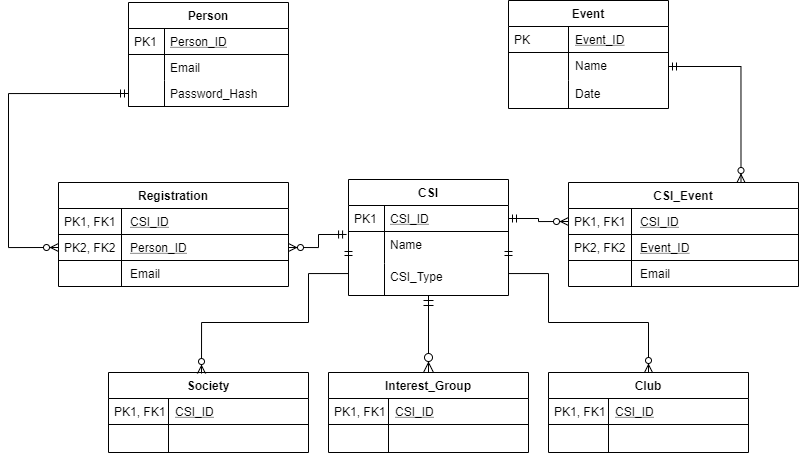
Above: Untitled Diagram.png in Makizoro/Overclock (draw.io), before the change. Source tidied: cells renumbered, new cells last; positions are measured from the earlier drawing's top-left corner, leaving out a move shared by most shapes.
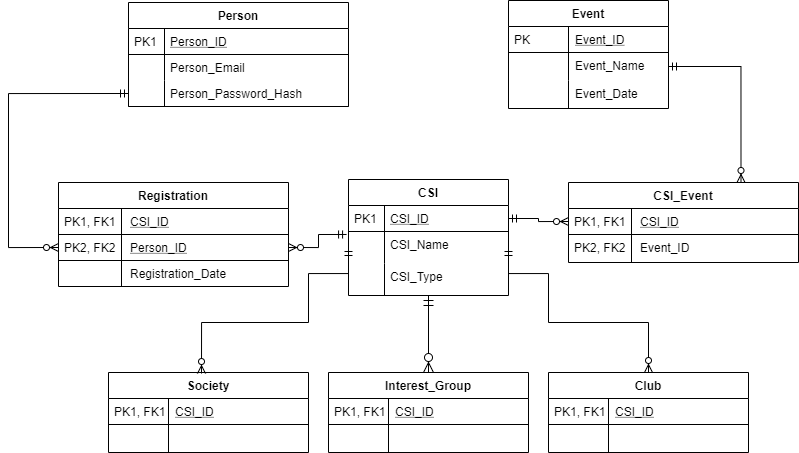
The same diagram one commit later.

Commit message:
possible_ERD_fix ver4.png

What changed in the source:
```diff
@@ -3,22 +3,22 @@
     <mxCell id="0" />
     <mxCell id="1" parent="0" />
     <mxCell id="2" value="Person" style="swimlane;fontStyle=1;horizontal=1;startSize=26;rounded=0;shadow=0;strokeWidth=1;" parent="1" vertex="1">
-      <mxGeometry x="120" y="2" width="160" height="104" as="geometry" />
+      <mxGeometry x="120" y="2" width="220" height="104" as="geometry" />
     </mxCell>
     <mxCell id="3" value="Person_ID" style="shape=partialRectangle;top=0;left=0;right=0;bottom=1;align=left;verticalAlign=top;fillColor=none;spacingLeft=40;spacingRight=4;overflow=hidden;rounded=0;shadow=0;strokeWidth=1;fontStyle=4;" parent="2" vertex="1">
-      <mxGeometry y="26" width="160" height="26" as="geometry" />
+      <mxGeometry y="26" width="220" height="26" as="geometry" />
     </mxCell>
     <mxCell id="4" value="PK1" style="shape=partialRectangle;top=0;left=0;bottom=0;fillColor=none;align=left;verticalAlign=top;spacingLeft=4;spacingRight=4;overflow=hidden;" parent="3" vertex="1">
       <mxGeometry width="36" height="26" as="geometry" />
     </mxCell>
-    <mxCell id="5" value="Email" style="shape=partialRectangle;top=0;left=0;right=0;bottom=0;align=left;verticalAlign=top;fillColor=none;spacingLeft=40;spacingRight=4;overflow=hidden;rounded=0;shadow=0;strokeWidth=1;" parent="2" vertex="1">
-      <mxGeometry y="52" width="160" height="26" as="geometry" />
+    <mxCell id="5" value="Person_Email" style="shape=partialRectangle;top=0;left=0;right=0;bottom=0;align=left;verticalAlign=top;fillColor=none;spacingLeft=40;spacingRight=4;overflow=hidden;rounded=0;shadow=0;strokeWidth=1;" parent="2" vertex="1">
+      <mxGeometry y="52" width="220" height="26" as="geometry" />
     </mxCell>
     <mxCell id="6" style="shape=partialRectangle;top=0;left=0;bottom=0;fillColor=none;align=left;verticalAlign=top;spacingLeft=4;spacingRight=4;overflow=hidden;" parent="5" vertex="1">
       <mxGeometry width="36" height="26" as="geometry" />
     </mxCell>
-    <mxCell id="7" value="Password_Hash&#10;" style="shape=partialRectangle;top=0;left=0;right=0;bottom=1;align=left;verticalAlign=top;fillColor=none;spacingLeft=40;spacingRight=4;overflow=hidden;points=[[0,0.5],[1,0.5]];portConstraint=eastwest;rounded=0;shadow=0;strokeWidth=1;fontStyle=0;" parent="2" vertex="1">
-      <mxGeometry y="78" width="160" height="26" as="geometry" />
+    <mxCell id="7" value="Person_Password_Hash" style="shape=partialRectangle;top=0;left=0;right=0;bottom=1;align=left;verticalAlign=top;fillColor=none;spacingLeft=40;spacingRight=4;overflow=hidden;points=[[0,0.5],[1,0.5]];portConstraint=eastwest;rounded=0;shadow=0;strokeWidth=1;fontStyle=0;" parent="2" vertex="1">
+      <mxGeometry y="78" width="220" height="26" as="geometry" />
     </mxCell>
     <mxCell id="8" style="shape=partialRectangle;top=0;left=0;bottom=0;fillColor=none;align=left;verticalAlign=top;spacingLeft=4;spacingRight=4;overflow=hidden;" parent="7" vertex="1">
       <mxGeometry width="36" height="26" as="geometry" />
@@ -32,7 +32,7 @@
     <mxCell id="11" value="PK1" style="shape=partialRectangle;top=0;left=0;bottom=0;fillColor=none;align=left;verticalAlign=top;spacingLeft=4;spacingRight=4;overflow=hidden;" parent="10" vertex="1">
       <mxGeometry width="36" height="26" as="geometry" />
     </mxCell>
-    <mxCell id="12" value="Name" style="shape=partialRectangle;top=0;left=0;right=0;bottom=0;align=left;verticalAlign=top;fillColor=none;spacingLeft=40;spacingRight=4;overflow=hidden;points=[[0,0.5],[1,0.5]];portConstraint=eastwest;rounded=0;shadow=0;strokeWidth=1;" parent="9" vertex="1">
+    <mxCell id="12" value="CSI_Name" style="shape=partialRectangle;top=0;left=0;right=0;bottom=0;align=left;verticalAlign=top;fillColor=none;spacingLeft=40;spacingRight=4;overflow=hidden;points=[[0,0.5],[1,0.5]];portConstraint=eastwest;rounded=0;shadow=0;strokeWidth=1;" parent="9" vertex="1">
       <mxGeometry y="52" width="160" height="32" as="geometry" />
     </mxCell>
     <mxCell id="13" style="shape=partialRectangle;top=0;left=0;bottom=0;fillColor=none;align=left;verticalAlign=top;spacingLeft=4;spacingRight=4;overflow=hidden;" parent="12" vertex="1">
@@ -77,7 +77,7 @@
     <mxCell id="26" value="PK2, FK2" style="shape=partialRectangle;top=0;left=0;bottom=0;fillColor=none;align=left;verticalAlign=top;spacingLeft=4;spacingRight=4;overflow=hidden;" parent="25" vertex="1">
       <mxGeometry width="63" height="26" as="geometry" />
     </mxCell>
-    <mxCell id="27" value="Email" style="shape=partialRectangle;top=0;left=0;right=0;bottom=0;align=left;verticalAlign=top;fillColor=none;spacingLeft=70;spacingRight=4;overflow=hidden;rounded=0;shadow=0;strokeWidth=1;" parent="22" vertex="1">
+    <mxCell id="27" value="Registration_Date" style="shape=partialRectangle;top=0;left=0;right=0;bottom=0;align=left;verticalAlign=top;fillColor=none;spacingLeft=70;spacingRight=4;overflow=hidden;rounded=0;shadow=0;strokeWidth=1;" parent="22" vertex="1">
       <mxGeometry y="78" width="230" height="26" as="geometry" />
     </mxCell>
     <mxCell id="28" style="shape=partialRectangle;top=0;left=0;bottom=0;fillColor=none;align=left;verticalAlign=top;spacingLeft=4;spacingRight=4;overflow=hidden;" parent="27" vertex="1">
@@ -143,13 +143,13 @@
     <mxCell id="44" value="PK" style="shape=partialRectangle;top=0;left=0;bottom=0;fillColor=none;align=left;verticalAlign=top;spacingLeft=4;spacingRight=4;overflow=hidden;" parent="43" vertex="1">
       <mxGeometry width="60" height="26" as="geometry" />
     </mxCell>
-    <mxCell id="45" value="Name" style="shape=partialRectangle;top=0;left=0;right=0;bottom=0;align=left;verticalAlign=top;fillColor=none;spacingLeft=65;spacingRight=4;overflow=hidden;points=[[0,0.5],[1,0.5]];portConstraint=eastwest;rounded=0;shadow=0;strokeWidth=1;" parent="42" vertex="1">
+    <mxCell id="45" value="Event_Name" style="shape=partialRectangle;top=0;left=0;right=0;bottom=0;align=left;verticalAlign=top;fillColor=none;spacingLeft=65;spacingRight=4;overflow=hidden;points=[[0,0.5],[1,0.5]];portConstraint=eastwest;rounded=0;shadow=0;strokeWidth=1;" parent="42" vertex="1">
       <mxGeometry y="52" width="160" height="28" as="geometry" />
     </mxCell>
     <mxCell id="46" style="shape=partialRectangle;top=0;left=0;bottom=0;fillColor=none;align=left;verticalAlign=top;spacingLeft=4;spacingRight=4;overflow=hidden;" parent="45" vertex="1">
       <mxGeometry width="60" height="28" as="geometry" />
     </mxCell>
-    <mxCell id="47" value="Date" style="shape=partialRectangle;top=0;left=0;right=0;bottom=0;align=left;verticalAlign=top;fillColor=none;spacingLeft=65;spacingRight=4;overflow=hidden;rounded=0;shadow=0;strokeWidth=1;" parent="42" vertex="1">
+    <mxCell id="47" value="Event_Date" style="shape=partialRectangle;top=0;left=0;right=0;bottom=0;align=left;verticalAlign=top;fillColor=none;spacingLeft=65;spacingRight=4;overflow=hidden;rounded=0;shadow=0;strokeWidth=1;" parent="42" vertex="1">
       <mxGeometry y="80" width="160" height="28" as="geometry" />
     </mxCell>
     <mxCell id="48" style="shape=partialRectangle;top=0;left=0;bottom=0;fillColor=none;align=left;verticalAlign=top;spacingLeft=4;spacingRight=4;overflow=hidden;" parent="47" vertex="1">
@@ -167,7 +167,7 @@
       <mxGeometry relative="1" as="geometry" />
     </mxCell>
     <mxCell id="51" value="CSI_Event" style="swimlane;fontStyle=1;horizontal=1;startSize=26;rounded=0;shadow=0;strokeWidth=1;" parent="1" vertex="1">
-      <mxGeometry x="560" y="182" width="230" height="104" as="geometry" />
+      <mxGeometry x="560" y="182" width="230" height="80" as="geometry" />
     </mxCell>
     <mxCell id="52" value="CSI_ID" style="shape=partialRectangle;top=0;left=0;right=0;bottom=1;align=left;verticalAlign=top;fillColor=none;spacingLeft=70;spacingRight=4;overflow=hidden;points=[[0,0.5],[1,0.5]];portConstraint=eastwest;rounded=0;shadow=0;strokeWidth=1;fontStyle=4;" parent="51" vertex="1">
       <mxGeometry y="26" width="230" height="26" as="geometry" />
@@ -175,17 +175,11 @@
     <mxCell id="53" value="PK1, FK1" style="shape=partialRectangle;top=0;left=0;bottom=0;fillColor=none;align=left;verticalAlign=top;spacingLeft=4;spacingRight=4;overflow=hidden;" parent="52" vertex="1">
       <mxGeometry width="63" height="26" as="geometry" />
     </mxCell>
-    <mxCell id="54" value="Event_ID" style="shape=partialRectangle;top=0;left=0;right=0;bottom=1;align=left;verticalAlign=top;fillColor=none;spacingLeft=70;spacingRight=4;overflow=hidden;rounded=0;shadow=0;strokeWidth=1;fontStyle=4;" parent="51" vertex="1">
-      <mxGeometry y="52" width="230" height="26" as="geometry" />
-    </mxCell>
-    <mxCell id="55" value="PK2, FK2" style="shape=partialRectangle;top=0;left=0;bottom=0;fillColor=none;align=left;verticalAlign=top;spacingLeft=4;spacingRight=4;overflow=hidden;" parent="54" vertex="1">
-      <mxGeometry width="63" height="26" as="geometry" />
-    </mxCell>
-    <mxCell id="56" value="Email" style="shape=partialRectangle;top=0;left=0;right=0;bottom=0;align=left;verticalAlign=top;fillColor=none;spacingLeft=70;spacingRight=4;overflow=hidden;rounded=0;shadow=0;strokeWidth=1;" parent="51" vertex="1">
-      <mxGeometry y="78" width="230" height="26" as="geometry" />
+    <mxCell id="56" value="Event_ID" style="shape=partialRectangle;top=0;left=0;right=0;bottom=0;align=left;verticalAlign=top;fillColor=none;spacingLeft=70;spacingRight=4;overflow=hidden;rounded=0;shadow=0;strokeWidth=1;" parent="51" vertex="1">
+      <mxGeometry y="52" width="230" height="28" as="geometry" />
     </mxCell>
-    <mxCell id="57" style="shape=partialRectangle;top=0;left=0;bottom=0;fillColor=none;align=left;verticalAlign=top;spacingLeft=4;spacingRight=4;overflow=hidden;" parent="56" vertex="1">
-      <mxGeometry width="63" height="26" as="geometry" />
+    <mxCell id="57" value="PK2, FK2" style="shape=partialRectangle;top=0;left=0;bottom=0;fillColor=none;align=left;verticalAlign=top;spacingLeft=4;spacingRight=4;overflow=hidden;" parent="56" vertex="1">
+      <mxGeometry width="63" height="28" as="geometry" />
     </mxCell>
     <mxCell id="58" style="edgeStyle=orthogonalEdgeStyle;rounded=0;jettySize=auto;html=1;exitX=0;exitY=0.5;exitDx=0;exitDy=0;entryX=1;entryY=0.5;entryDx=0;entryDy=0;startArrow=ERzeroToMany;startFill=1;endArrow=ERmandOne;endFill=0;spacing=2;" parent="1" edge="1" source="52" target="10">
       <mxGeometry relative="1" as="geometry" />
```
